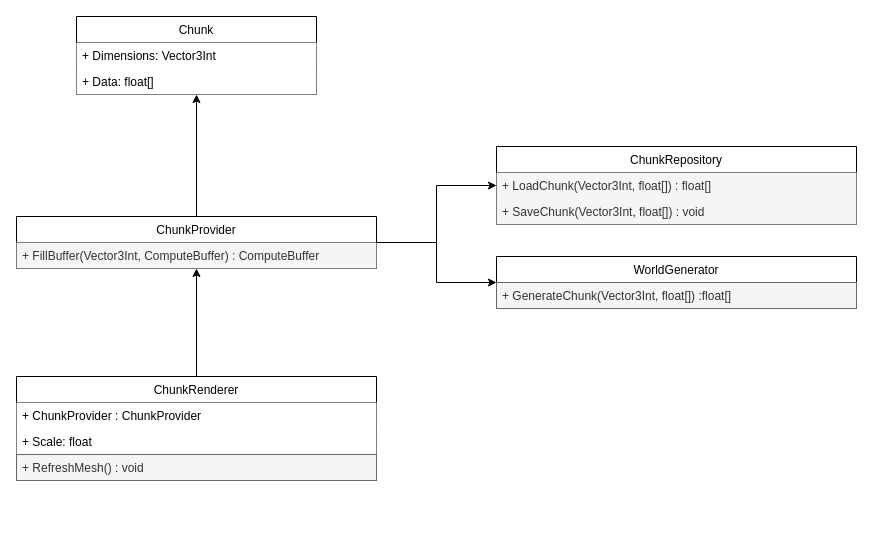
The draw.io diagram Documentation/VoxelTerrains.drawio in Polifev/VoxelTerrains, before the edit. Source tidied: cells renumbered, new cells numbered last; positions are measured from the earlier drawing's top-left corner, leaving out a move shared by most shapes. Both pictures are drawn from the tidied source at 100%, with x=0, y=0 at pixel (16, 16).
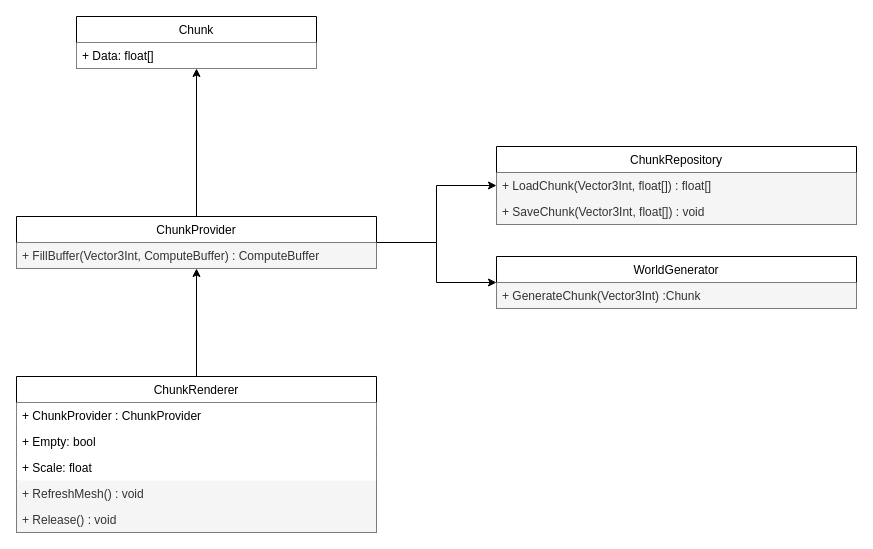
Above is the later version.

The change refers to these unchanged cells:
```xml
<mxCell id="15" value="WorldGenerator" style="swimlane;fontStyle=0;horizontal=1;startSize=26;" parent="1" vertex="1">
  <mxGeometry x="480" y="240" width="360" height="52" as="geometry" />
</mxCell>
```

Change to the diagram source:
```diff
@@
     <mxCell id="8" value="ChunkRenderer" style="swimlane;fontStyle=0;horizontal=1;startSize=26;" parent="1" vertex="1">
-      <mxGeometry y="360" width="360" height="104" as="geometry" />
+      <mxGeometry y="360" width="360" height="156" as="geometry" />
     </mxCell>
@@
+    <mxCell id="20" value="+ Empty: bool" style="text;align=left;verticalAlign=top;spacingLeft=4;spacingRight=4;overflow=hidden;fillColor=#ffffff;" parent="8" vertex="1">
+      <mxGeometry y="52" width="360" height="26" as="geometry" />
+    </mxCell>
     <mxCell id="10" value="+ Scale: float" style="text;align=left;verticalAlign=top;spacingLeft=4;spacingRight=4;overflow=hidden;fillColor=#ffffff;" parent="8" vertex="1">
-      <mxGeometry y="52" width="360" height="26" as="geometry" />
+      <mxGeometry y="78" width="360" height="26" as="geometry" />
     </mxCell>
-    <mxCell id="11" value="+ RefreshMesh() : void" style="text;align=left;verticalAlign=top;spacingLeft=4;spacingRight=4;overflow=hidden;fillColor=#f5f5f5;strokeColor=#666666;fontColor=#333333;" parent="8" vertex="1">
-      <mxGeometry y="78" width="360" height="26" as="geometry" />
+    <mxCell id="11" value="+ RefreshMesh() : void" style="text;align=left;verticalAlign=top;spacingLeft=4;spacingRight=4;overflow=hidden;fillColor=#f5f5f5;fontColor=#333333;" parent="8" vertex="1">
+      <mxGeometry y="104" width="360" height="26" as="geometry" />
     </mxCell>
+    <mxCell id="21" value="+ Release() : void" style="text;align=left;verticalAlign=top;spacingLeft=4;spacingRight=4;overflow=hidden;fontColor=#333333;fillColor=#f5f5f5;" parent="8" vertex="1">
+      <mxGeometry y="130" width="360" height="26" as="geometry" />
+    </mxCell>
     <mxCell id="12" value="Chunk" style="swimlane;fontStyle=0;horizontal=1;startSize=26;" parent="1" vertex="1">
-      <mxGeometry x="60" width="240" height="78" as="geometry" />
+      <mxGeometry x="60" width="240" height="52" as="geometry" />
     </mxCell>
-    <mxCell id="13" value="+ Dimensions: Vector3Int" style="text;strokeColor=none;fillColor=#ffffff;align=left;verticalAlign=top;spacingLeft=4;spacingRight=4;overflow=hidden;" parent="12" vertex="1">
-      <mxGeometry y="26" width="240" height="26" as="geometry" />
-    </mxCell>
     <mxCell id="14" value="+ Data: float[]" style="text;strokeColor=none;fillColor=#ffffff;align=left;verticalAlign=top;spacingLeft=4;spacingRight=4;overflow=hidden;" parent="12" vertex="1">
-      <mxGeometry y="52" width="240" height="26" as="geometry" />
+      <mxGeometry y="26" width="240" height="26" as="geometry" />
     </mxCell>
@@
-    <mxCell id="16" value="+ GenerateChunk(Vector3Int, float[]) :float[]" style="text;strokeColor=#666666;fillColor=#f5f5f5;align=left;verticalAlign=top;spacingLeft=4;spacingRight=4;overflow=hidden;fontColor=#333333;" parent="15" vertex="1">
+    <mxCell id="16" value="+ GenerateChunk(Vector3Int) :Chunk" style="text;fillColor=#f5f5f5;align=left;verticalAlign=top;spacingLeft=4;spacingRight=4;overflow=hidden;fontColor=#333333;" parent="15" vertex="1">
       <mxGeometry y="26" width="360" height="26" as="geometry" />
     </mxCell>
```
